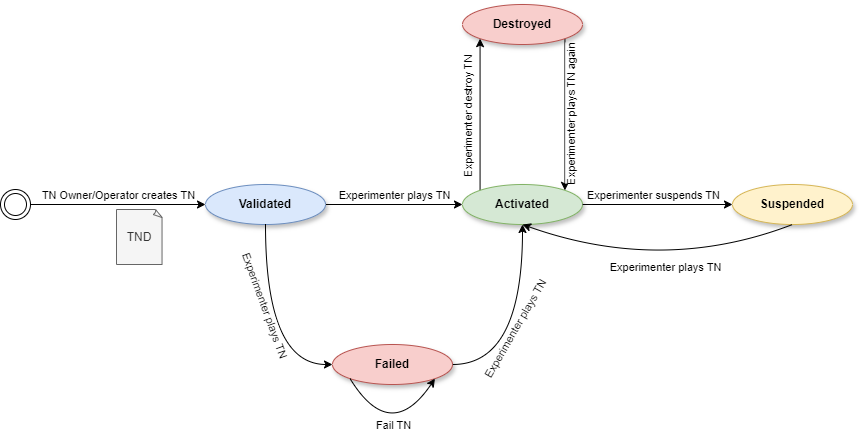
This is docs/images/stateMachine.png from 6G-SANDBOX/TNLCM, a draw.io export, as it was before one commit. Source tidied: cells renumbered, new cells last; positions are measured from the earlier drawing's top-left corner, leaving out a move shared by most shapes. Its diagram source:
```xml
<mxGraphModel>
  <root>
    <mxCell id="0" />
    <mxCell id="1" parent="0" />
    <mxCell id="2" style="edgeStyle=orthogonalEdgeStyle;rounded=0;jettySize=auto;html=1;entryX=0;entryY=1;entryDx=0;entryDy=0;exitX=0;exitY=0;exitDx=0;exitDy=0;" parent="1" edge="1" source="4" target="22">
      <mxGeometry relative="1" as="geometry" />
    </mxCell>
    <mxCell id="3" value="Experimenter destroy TN" style="edgeLabel;html=1;align=center;verticalAlign=middle;rotation=-90;" parent="2" vertex="1">
      <mxGeometry x="0.02" relative="1" as="geometry">
        <mxPoint x="-12" y="3" as="offset" />
      </mxGeometry>
    </mxCell>
    <mxCell id="4" value="&lt;b&gt;Activated&lt;/b&gt;" style="ellipse;whiteSpace=wrap;html=1;shadow=1;fillColor=#d5e8d4;strokeColor=#82b366;" parent="1" vertex="1">
      <mxGeometry x="462" y="180" width="120" height="40" as="geometry" />
    </mxCell>
    <mxCell id="5" value="Experimenter plays TN" style="edgeStyle=orthogonalEdgeStyle;rounded=0;jettySize=auto;html=1;verticalAlign=bottom;" parent="1" edge="1" source="6" target="4">
      <mxGeometry relative="1" as="geometry" />
    </mxCell>
    <mxCell id="6" value="&lt;b&gt;Validated&lt;/b&gt;" style="ellipse;whiteSpace=wrap;html=1;shadow=1;fillColor=#dae8fc;strokeColor=#6c8ebf;" parent="1" vertex="1">
      <mxGeometry x="205" y="180" width="120" height="40" as="geometry" />
    </mxCell>
    <mxCell id="7" value="TN Owner/Operator creates TN" style="edgeStyle=orthogonalEdgeStyle;rounded=0;jettySize=auto;html=1;entryX=0;entryY=0.5;entryDx=0;entryDy=0;verticalAlign=bottom;" parent="1" edge="1" source="14" target="6">
      <mxGeometry relative="1" as="geometry" />
    </mxCell>
    <mxCell id="8" value="TND" style="whiteSpace=wrap;html=1;shape=mxgraph.basic.document;fillColor=#f5f5f5;fontColor=#333333;strokeColor=#666666;" parent="1" vertex="1">
      <mxGeometry x="116" y="205" width="46" height="55" as="geometry" />
    </mxCell>
    <mxCell id="9" value="&lt;b&gt;Suspended&lt;/b&gt;" style="ellipse;whiteSpace=wrap;html=1;shadow=1;fillColor=#fff2cc;strokeColor=#d6b656;" parent="1" vertex="1">
      <mxGeometry x="732" y="180" width="120" height="40" as="geometry" />
    </mxCell>
    <mxCell id="10" style="endArrow=classic;html=1;rounded=0;exitX=1;exitY=0.5;exitDx=0;exitDy=0;" parent="1" edge="1" source="4" target="9">
      <mxGeometry relative="1" as="geometry" />
    </mxCell>
    <mxCell id="11" value="Experimenter suspends TN" style="edgeLabel;html=1;align=center;verticalAlign=middle;" parent="10" vertex="1">
      <mxGeometry x="-0.47" y="-1" relative="1" as="geometry">
        <mxPoint x="31" y="-11" as="offset" />
      </mxGeometry>
    </mxCell>
    <mxCell id="12" style="curved=1;endArrow=classic;html=1;rounded=0;exitX=0.5;exitY=1;exitDx=0;exitDy=0;entryX=0.5;entryY=1;entryDx=0;entryDy=0;" parent="1" edge="1" source="9" target="4">
      <mxGeometry relative="1" as="geometry">
        <Array as="points">
          <mxPoint x="662" y="270" />
        </Array>
      </mxGeometry>
    </mxCell>
    <mxCell id="13" value="Experimenter plays TN" style="edgeLabel;html=1;align=center;verticalAlign=middle;" parent="12" vertex="1">
      <mxGeometry x="-0.11" y="-20" relative="1" as="geometry">
        <mxPoint y="15" as="offset" />
      </mxGeometry>
    </mxCell>
    <mxCell id="14" style="ellipse;shape=doubleEllipse;html=1;dashed=0;whiteSpace=wrap;" parent="1" vertex="1">
      <mxGeometry y="185" width="30" height="30" as="geometry" />
    </mxCell>
    <mxCell id="15" style="edgeStyle=orthogonalEdgeStyle;rounded=0;jettySize=auto;html=1;entryX=0.5;entryY=1;entryDx=0;entryDy=0;exitX=1;exitY=0.5;exitDx=0;exitDy=0;curved=1;" parent="1" edge="1" source="17" target="4">
      <mxGeometry relative="1" as="geometry" />
    </mxCell>
    <mxCell id="16" value="Experimenter plays TN" style="edgeLabel;html=1;align=center;verticalAlign=middle;rotation=-60;" parent="15" vertex="1">
      <mxGeometry x="0.22" relative="1" as="geometry">
        <mxPoint x="-8" y="23" as="offset" />
      </mxGeometry>
    </mxCell>
    <mxCell id="17" value="&lt;b&gt;Failed&lt;/b&gt;" style="ellipse;whiteSpace=wrap;html=1;shadow=1;fillColor=#f8cecc;strokeColor=#b85450;" parent="1" vertex="1">
      <mxGeometry x="332" y="340" width="120" height="40" as="geometry" />
    </mxCell>
    <mxCell id="18" style="endArrow=classic;html=1;rounded=0;exitX=0.5;exitY=1;exitDx=0;exitDy=0;entryX=0;entryY=0.5;entryDx=0;entryDy=0;edgeStyle=orthogonalEdgeStyle;curved=1;" parent="1" edge="1" source="6" target="17">
      <mxGeometry relative="1" as="geometry" />
    </mxCell>
    <mxCell id="19" value="Experimenter plays TN" style="edgeLabel;html=1;align=center;verticalAlign=middle;rotation=70;" parent="18" vertex="1">
      <mxGeometry x="-0.47" y="-2" relative="1" as="geometry">
        <mxPoint x="2" y="26" as="offset" />
      </mxGeometry>
    </mxCell>
    <mxCell id="20" style="edgeStyle=orthogonalEdgeStyle;rounded=0;jettySize=auto;html=1;entryX=1;entryY=0;entryDx=0;entryDy=0;exitX=1;exitY=1;exitDx=0;exitDy=0;" parent="1" edge="1" source="22" target="4">
      <mxGeometry relative="1" as="geometry" />
    </mxCell>
    <mxCell id="21" value="Experimenter plays TN again" style="edgeLabel;html=1;align=center;verticalAlign=middle;rotation=-90;" parent="20" vertex="1">
      <mxGeometry x="-0.11" y="-2" relative="1" as="geometry">
        <mxPoint x="8" y="9" as="offset" />
      </mxGeometry>
    </mxCell>
    <mxCell id="22" value="&lt;b&gt;Destroyed&lt;/b&gt;" style="ellipse;whiteSpace=wrap;html=1;shadow=1;fillColor=#f8cecc;strokeColor=#b85450;" parent="1" vertex="1">
      <mxGeometry x="462" width="120" height="40" as="geometry" />
    </mxCell>
    <mxCell id="23" style="endArrow=classic;html=1;rounded=0;exitX=0;exitY=1;exitDx=0;exitDy=0;entryX=1;entryY=1;entryDx=0;entryDy=0;edgeStyle=orthogonalEdgeStyle;curved=1;" parent="1" edge="1" source="17" target="17">
      <mxGeometry relative="1" as="geometry">
        <Array as="points">
          <mxPoint x="390" y="440" />
        </Array>
      </mxGeometry>
    </mxCell>
    <mxCell id="24" value="Fail TN" style="edgeLabel;html=1;align=center;verticalAlign=middle;" parent="23" vertex="1">
      <mxGeometry x="0.34" y="16" relative="1" as="geometry">
        <mxPoint y="12" as="offset" />
      </mxGeometry>
    </mxCell>
  </root>
</mxGraphModel>
```
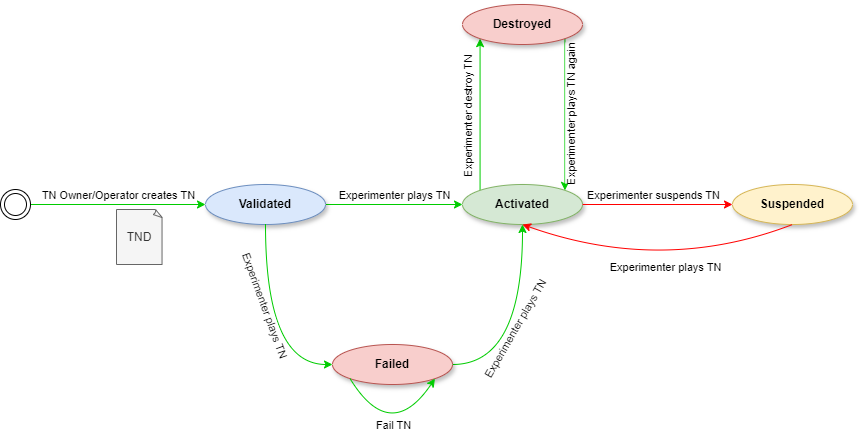
Later version of the same file.

What changed in the source:
```diff
@@ -2,7 +2,7 @@
   <root>
     <mxCell id="0" />
     <mxCell id="1" parent="0" />
-    <mxCell id="2" style="edgeStyle=orthogonalEdgeStyle;rounded=0;jettySize=auto;html=1;entryX=0;entryY=1;entryDx=0;entryDy=0;exitX=0;exitY=0;exitDx=0;exitDy=0;" parent="1" edge="1" source="4" target="22">
+    <mxCell id="2" style="edgeStyle=orthogonalEdgeStyle;rounded=0;jettySize=auto;html=1;entryX=0;entryY=1;entryDx=0;entryDy=0;exitX=0;exitY=0;exitDx=0;exitDy=0;strokeColor=#00CC00;" parent="1" edge="1" source="4" target="22">
       <mxGeometry relative="1" as="geometry" />
     </mxCell>
     <mxCell id="3" value="Experimenter destroy TN" style="edgeLabel;html=1;align=center;verticalAlign=middle;rotation=-90;" parent="2" vertex="1">
@@ -13,13 +13,13 @@
     <mxCell id="4" value="&lt;b&gt;Activated&lt;/b&gt;" style="ellipse;whiteSpace=wrap;html=1;shadow=1;fillColor=#d5e8d4;strokeColor=#82b366;" parent="1" vertex="1">
       <mxGeometry x="462" y="180" width="120" height="40" as="geometry" />
     </mxCell>
-    <mxCell id="5" value="Experimenter plays TN" style="edgeStyle=orthogonalEdgeStyle;rounded=0;jettySize=auto;html=1;verticalAlign=bottom;" parent="1" edge="1" source="6" target="4">
+    <mxCell id="5" value="Experimenter plays TN" style="edgeStyle=orthogonalEdgeStyle;rounded=0;jettySize=auto;html=1;verticalAlign=bottom;fillColor=#d5e8d4;strokeColor=#00CC00;" parent="1" edge="1" source="6" target="4">
       <mxGeometry relative="1" as="geometry" />
     </mxCell>
     <mxCell id="6" value="&lt;b&gt;Validated&lt;/b&gt;" style="ellipse;whiteSpace=wrap;html=1;shadow=1;fillColor=#dae8fc;strokeColor=#6c8ebf;" parent="1" vertex="1">
       <mxGeometry x="205" y="180" width="120" height="40" as="geometry" />
     </mxCell>
-    <mxCell id="7" value="TN Owner/Operator creates TN" style="edgeStyle=orthogonalEdgeStyle;rounded=0;jettySize=auto;html=1;entryX=0;entryY=0.5;entryDx=0;entryDy=0;verticalAlign=bottom;" parent="1" edge="1" source="14" target="6">
+    <mxCell id="7" value="TN Owner/Operator creates TN" style="edgeStyle=orthogonalEdgeStyle;rounded=0;jettySize=auto;html=1;entryX=0;entryY=0.5;entryDx=0;entryDy=0;verticalAlign=bottom;strokeColor=#00CC00;" parent="1" edge="1" source="14" target="6">
       <mxGeometry relative="1" as="geometry" />
     </mxCell>
     <mxCell id="8" value="TND" style="whiteSpace=wrap;html=1;shape=mxgraph.basic.document;fillColor=#f5f5f5;fontColor=#333333;strokeColor=#666666;" parent="1" vertex="1">
@@ -28,7 +28,7 @@
     <mxCell id="9" value="&lt;b&gt;Suspended&lt;/b&gt;" style="ellipse;whiteSpace=wrap;html=1;shadow=1;fillColor=#fff2cc;strokeColor=#d6b656;" parent="1" vertex="1">
       <mxGeometry x="732" y="180" width="120" height="40" as="geometry" />
     </mxCell>
-    <mxCell id="10" style="endArrow=classic;html=1;rounded=0;exitX=1;exitY=0.5;exitDx=0;exitDy=0;" parent="1" edge="1" source="4" target="9">
+    <mxCell id="10" style="endArrow=classic;html=1;rounded=0;exitX=1;exitY=0.5;exitDx=0;exitDy=0;strokeColor=#FF0000;" parent="1" edge="1" source="4" target="9">
       <mxGeometry relative="1" as="geometry" />
     </mxCell>
     <mxCell id="11" value="Experimenter suspends TN" style="edgeLabel;html=1;align=center;verticalAlign=middle;" parent="10" vertex="1">
@@ -36,7 +36,7 @@
         <mxPoint x="31" y="-11" as="offset" />
       </mxGeometry>
     </mxCell>
-    <mxCell id="12" style="curved=1;endArrow=classic;html=1;rounded=0;exitX=0.5;exitY=1;exitDx=0;exitDy=0;entryX=0.5;entryY=1;entryDx=0;entryDy=0;" parent="1" edge="1" source="9" target="4">
+    <mxCell id="12" style="curved=1;endArrow=classic;html=1;rounded=0;exitX=0.5;exitY=1;exitDx=0;exitDy=0;entryX=0.5;entryY=1;entryDx=0;entryDy=0;strokeColor=#FF0000;" parent="1" edge="1" source="9" target="4">
       <mxGeometry relative="1" as="geometry">
         <Array as="points">
           <mxPoint x="662" y="270" />
@@ -51,7 +51,7 @@
     <mxCell id="14" style="ellipse;shape=doubleEllipse;html=1;dashed=0;whiteSpace=wrap;" parent="1" vertex="1">
       <mxGeometry y="185" width="30" height="30" as="geometry" />
     </mxCell>
-    <mxCell id="15" style="edgeStyle=orthogonalEdgeStyle;rounded=0;jettySize=auto;html=1;entryX=0.5;entryY=1;entryDx=0;entryDy=0;exitX=1;exitY=0.5;exitDx=0;exitDy=0;curved=1;" parent="1" edge="1" source="17" target="4">
+    <mxCell id="15" style="edgeStyle=orthogonalEdgeStyle;rounded=0;jettySize=auto;html=1;entryX=0.5;entryY=1;entryDx=0;entryDy=0;exitX=1;exitY=0.5;exitDx=0;exitDy=0;curved=1;strokeColor=#00CC00;" parent="1" edge="1" source="17" target="4">
       <mxGeometry relative="1" as="geometry" />
     </mxCell>
     <mxCell id="16" value="Experimenter plays TN" style="edgeLabel;html=1;align=center;verticalAlign=middle;rotation=-60;" parent="15" vertex="1">
@@ -62,7 +62,7 @@
     <mxCell id="17" value="&lt;b&gt;Failed&lt;/b&gt;" style="ellipse;whiteSpace=wrap;html=1;shadow=1;fillColor=#f8cecc;strokeColor=#b85450;" parent="1" vertex="1">
       <mxGeometry x="332" y="340" width="120" height="40" as="geometry" />
     </mxCell>
-    <mxCell id="18" style="endArrow=classic;html=1;rounded=0;exitX=0.5;exitY=1;exitDx=0;exitDy=0;entryX=0;entryY=0.5;entryDx=0;entryDy=0;edgeStyle=orthogonalEdgeStyle;curved=1;" parent="1" edge="1" source="6" target="17">
+    <mxCell id="18" style="endArrow=classic;html=1;rounded=0;exitX=0.5;exitY=1;exitDx=0;exitDy=0;entryX=0;entryY=0.5;entryDx=0;entryDy=0;edgeStyle=orthogonalEdgeStyle;curved=1;strokeColor=#00CC00;" parent="1" edge="1" source="6" target="17">
       <mxGeometry relative="1" as="geometry" />
     </mxCell>
     <mxCell id="19" value="Experimenter plays TN" style="edgeLabel;html=1;align=center;verticalAlign=middle;rotation=70;" parent="18" vertex="1">
@@ -70,7 +70,7 @@
         <mxPoint x="2" y="26" as="offset" />
       </mxGeometry>
     </mxCell>
-    <mxCell id="20" style="edgeStyle=orthogonalEdgeStyle;rounded=0;jettySize=auto;html=1;entryX=1;entryY=0;entryDx=0;entryDy=0;exitX=1;exitY=1;exitDx=0;exitDy=0;" parent="1" edge="1" source="22" target="4">
+    <mxCell id="20" style="edgeStyle=orthogonalEdgeStyle;rounded=0;jettySize=auto;html=1;entryX=1;entryY=0;entryDx=0;entryDy=0;exitX=1;exitY=1;exitDx=0;exitDy=0;strokeColor=#00CC00;" parent="1" edge="1" source="22" target="4">
       <mxGeometry relative="1" as="geometry" />
     </mxCell>
     <mxCell id="21" value="Experimenter plays TN again" style="edgeLabel;html=1;align=center;verticalAlign=middle;rotation=-90;" parent="20" vertex="1">
@@ -81,7 +81,7 @@
     <mxCell id="22" value="&lt;b&gt;Destroyed&lt;/b&gt;" style="ellipse;whiteSpace=wrap;html=1;shadow=1;fillColor=#f8cecc;strokeColor=#b85450;" parent="1" vertex="1">
       <mxGeometry x="462" width="120" height="40" as="geometry" />
     </mxCell>
-    <mxCell id="23" style="endArrow=classic;html=1;rounded=0;exitX=0;exitY=1;exitDx=0;exitDy=0;entryX=1;entryY=1;entryDx=0;entryDy=0;edgeStyle=orthogonalEdgeStyle;curved=1;" parent="1" edge="1" source="17" target="17">
+    <mxCell id="23" style="endArrow=classic;html=1;rounded=0;exitX=0;exitY=1;exitDx=0;exitDy=0;entryX=1;entryY=1;entryDx=0;entryDy=0;edgeStyle=orthogonalEdgeStyle;curved=1;strokeColor=#00CC00;" parent="1" edge="1" source="17" target="17">
       <mxGeometry relative="1" as="geometry">
         <Array as="points">
           <mxPoint x="390" y="440" />
```
